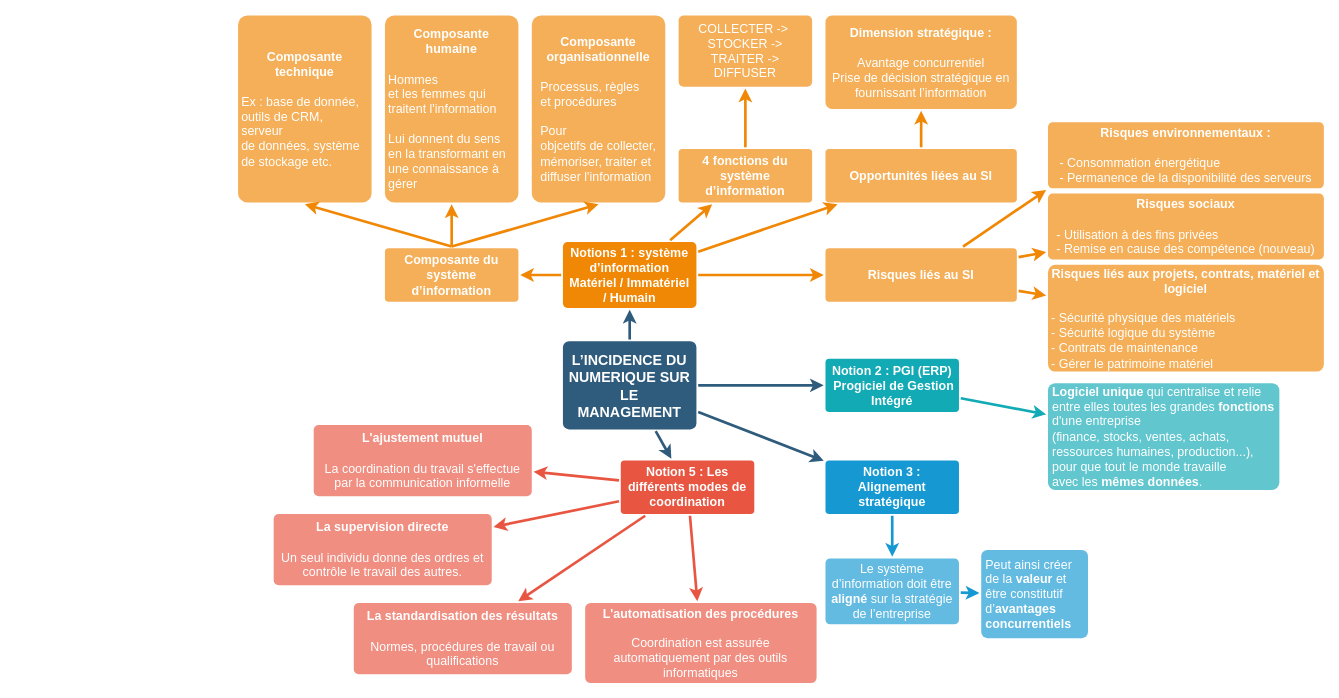
Above: THEME4_CHAP1_MANA.drawio in Spiralyfox/Cartes_mentales_CEJM (draw.io), before the change. Source tidied: cells renumbered, new cells numbered last; positions are measured from the earlier drawing's top-left corner, leaving out a move shared by most shapes. Both pictures are drawn from the tidied source at 89%, with x=0, y=0 at pixel (238, 15).
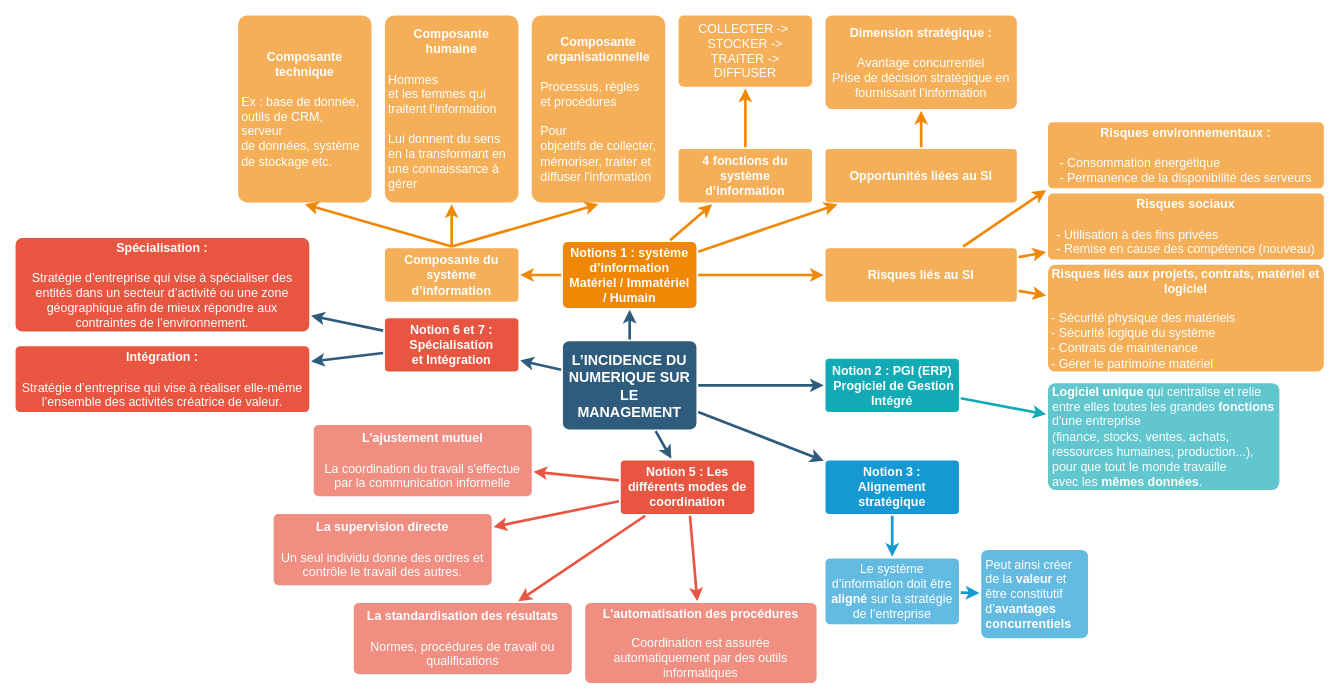
Above is the later version.

Commit message:
Mettre à jour THEME4_CHAP1_MANA.drawio

The change refers to these unchanged cells:
```xml
<mxCell id="6" value="&lt;div&gt;L’INCIDENCE DU NUMERIQUE SUR LE&lt;/div&gt;&lt;div&gt;MANAGEMENT&lt;/div&gt;" style="rounded=1;whiteSpace=wrap;html=1;shadow=0;labelBackgroundColor=none;strokeColor=none;strokeWidth=3;fillColor=#2F5B7C;fontFamily=Helvetica;fontSize=16;fontColor=#FFFFFF;align=center;fontStyle=1;spacing=5;arcSize=7;perimeterSpacing=2;" parent="1" vertex="1">
  <mxGeometry x="365" y="366" width="150" height="99" as="geometry" />
</mxCell>
```

What changed in the source:
```diff
@@
+    <mxCell id="49" value="Notion 6 et 7 : Spécialisation et&amp;nbsp;Intégration" style="rounded=1;whiteSpace=wrap;html=1;shadow=0;labelBackgroundColor=none;strokeColor=none;strokeWidth=3;fillColor=light-dark(#E85642,#009900);fontFamily=Helvetica;fontSize=14;fontColor=#FFFFFF;align=center;spacing=5;fontStyle=1;arcSize=7;perimeterSpacing=2;" parent="1" vertex="1">
+      <mxGeometry x="165" y="340" width="150" height="60" as="geometry" />
+    </mxCell>
+    <mxCell id="50" style="edgeStyle=none;rounded=0;jumpStyle=none;html=1;shadow=0;labelBackgroundColor=none;startArrow=none;startFill=0;endArrow=classic;endFill=1;jettySize=auto;strokeColor=#2F5B7C;strokeWidth=3;fontFamily=Helvetica;fontSize=16;fontColor=#23445D;spacing=5;" parent="1" edge="1" source="6" target="49">
+      <mxGeometry relative="1" as="geometry" />
+    </mxCell>
+    <mxCell id="51" value="Spécialisation :&lt;div&gt;&lt;span style=&quot;font-weight: normal;&quot;&gt;&lt;br&gt;&lt;/span&gt;&lt;/div&gt;&lt;div&gt;&lt;div&gt;&lt;span style=&quot;font-weight: normal;&quot;&gt;Stratégie d’entreprise qui vise à spécialiser des entités dans un secteur d’activité ou une zone&lt;/span&gt;&lt;/div&gt;&lt;div&gt;&lt;span style=&quot;font-weight: normal;&quot;&gt;géographique afin de mieux répondre aux contraintes de l’environnement.&lt;/span&gt;&lt;/div&gt;&lt;/div&gt;" style="rounded=1;whiteSpace=wrap;html=1;shadow=0;labelBackgroundColor=none;strokeColor=none;strokeWidth=3;fillColor=light-dark(#E85642,#006600);fontFamily=Helvetica;fontSize=14;fontColor=#FFFFFF;align=center;spacing=5;fontStyle=1;arcSize=7;perimeterSpacing=2;" parent="1" vertex="1">
+      <mxGeometry x="-250" y="250" width="330" height="105" as="geometry" />
+    </mxCell>
+    <mxCell id="52" value="Intégration :&lt;div&gt;&lt;span style=&quot;font-weight: normal;&quot;&gt;&lt;br&gt;&lt;/span&gt;&lt;/div&gt;&lt;div&gt;&lt;span style=&quot;font-weight: 400;&quot;&gt;Stratégie d’entreprise qui vise à réaliser elle-même l’ensemble des activités créatrice de valeur.&lt;/span&gt;&lt;/div&gt;" style="rounded=1;whiteSpace=wrap;html=1;shadow=0;labelBackgroundColor=none;strokeColor=none;strokeWidth=3;fillColor=light-dark(#E85642,#006600);fontFamily=Helvetica;fontSize=14;fontColor=#FFFFFF;align=center;spacing=5;fontStyle=1;arcSize=7;perimeterSpacing=2;" parent="1" vertex="1">
+      <mxGeometry x="-250" y="371.5" width="330" height="74" as="geometry" />
+    </mxCell>
+    <mxCell id="53" style="edgeStyle=none;rounded=0;jumpStyle=none;html=1;shadow=0;labelBackgroundColor=none;startArrow=none;startFill=0;endArrow=classic;endFill=1;jettySize=auto;strokeColor=light-dark(#2F5B7C,#00CC00);strokeWidth=3;fontFamily=Helvetica;fontSize=16;fontColor=#23445D;spacing=5;fillColor=light-dark(transparent,#00CC00);" parent="1" edge="1" source="49" target="51">
+      <mxGeometry relative="1" as="geometry" />
+    </mxCell>
+    <mxCell id="54" style="edgeStyle=none;rounded=0;jumpStyle=none;html=1;shadow=0;labelBackgroundColor=none;startArrow=none;startFill=0;endArrow=classic;endFill=1;jettySize=auto;strokeColor=light-dark(#2F5B7C,#00CC00);strokeWidth=3;fontFamily=Helvetica;fontSize=16;fontColor=#23445D;spacing=5;fillColor=light-dark(transparent,#00CC00);" parent="1" edge="1" source="49" target="52">
+      <mxGeometry relative="1" as="geometry" />
+    </mxCell>
```
